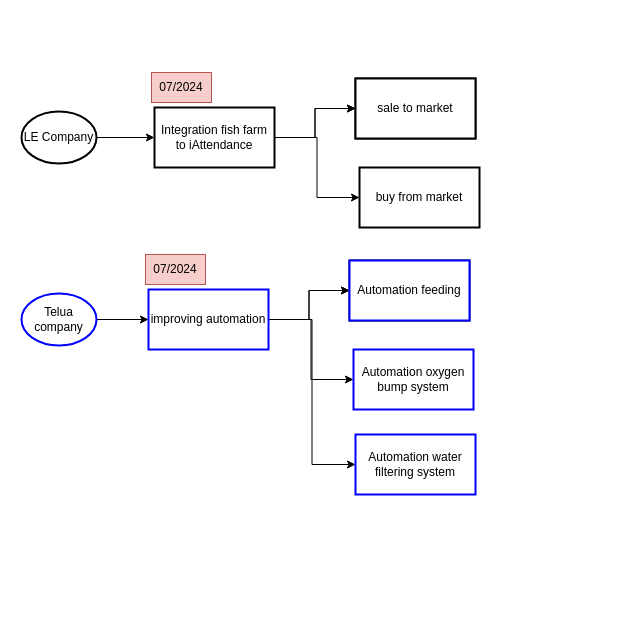
Before: Le_company_plan_2024.drawio in letrthang/design, a draw.io diagram. Source tidied: cells renumbered, new cells numbered last; positions are measured from the earlier drawing's top-left corner, leaving out a move shared by most shapes. Both pictures are drawn from the tidied source at 100%, with x=0, y=0 at pixel (21, 72).
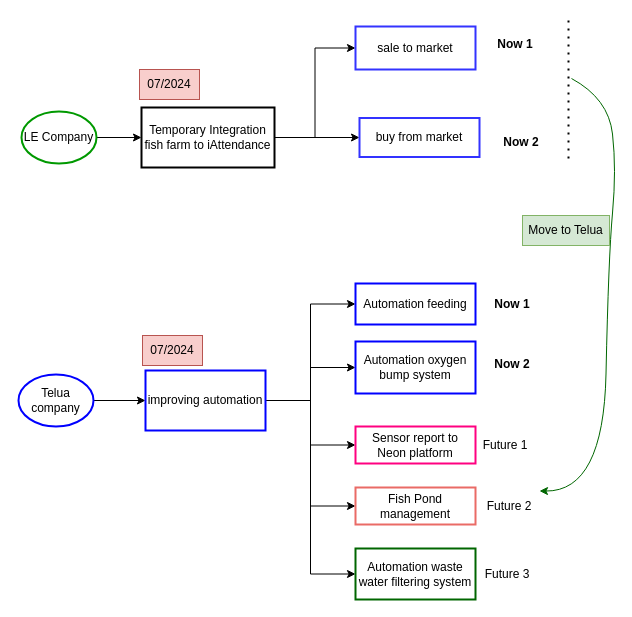
The same page after the edit.

What changed in the source:
```diff
@@
-    <mxCell id="3" value="LE Company" style="strokeWidth=2;html=1;shape=mxgraph.flowchart.start_2;whiteSpace=wrap;" parent="1" vertex="1">
+    <mxCell id="3" value="LE Company" style="strokeWidth=2;html=1;shape=mxgraph.flowchart.start_2;whiteSpace=wrap;strokeColor=#009900;" parent="1" vertex="1">
       <mxGeometry y="39" width="75" height="52" as="geometry" />
     </mxCell>
-    <mxCell id="4" style="edgeStyle=orthogonalEdgeStyle;rounded=0;jettySize=auto;html=1;" parent="1" edge="1" source="7" target="9">
-      <mxGeometry relative="1" as="geometry" />
-    </mxCell>
-    <mxCell id="5" style="edgeStyle=orthogonalEdgeStyle;rounded=0;jettySize=auto;html=1;" parent="1" edge="1" source="7" target="9">
+    <mxCell id="5" style="edgeStyle=orthogonalEdgeStyle;rounded=0;jettySize=auto;html=1;entryX=0;entryY=0.5;entryDx=0;entryDy=0;" parent="1" edge="1" source="7" target="10">
       <mxGeometry relative="1" as="geometry" />
     </mxCell>
@@
-    <mxCell id="7" value="Integration fish farm to iAttendance" style="whiteSpace=wrap;html=1;strokeWidth=2;" parent="1" vertex="1">
-      <mxGeometry x="133" y="35" width="120" height="60" as="geometry" />
+    <mxCell id="7" value="Temporary Integration fish farm to iAttendance" style="whiteSpace=wrap;html=1;strokeWidth=2;" parent="1" vertex="1">
+      <mxGeometry x="120" y="35" width="133" height="60" as="geometry" />
     </mxCell>
     <mxCell id="8" value="07/2024" style="text;strokeColor=#b85450;align=center;fillColor=#f8cecc;html=1;verticalAlign=middle;whiteSpace=wrap;rounded=0;" parent="1" vertex="1">
-      <mxGeometry x="130" width="60" height="30" as="geometry" />
+      <mxGeometry x="118" y="-3" width="60" height="30" as="geometry" />
     </mxCell>
-    <mxCell id="9" style="whiteSpace=wrap;html=1;strokeWidth=2;" parent="1" vertex="1">
-      <mxGeometry x="334" y="6" width="120" height="60" as="geometry" />
-    </mxCell>
-    <mxCell id="10" value="sale to market" style="whiteSpace=wrap;html=1;strokeWidth=2;" parent="1" vertex="1">
-      <mxGeometry x="334" y="6" width="120" height="60" as="geometry" />
+    <mxCell id="10" value="sale to market" style="whiteSpace=wrap;html=1;strokeWidth=2;strokeColor=#3333FF;" parent="1" vertex="1">
+      <mxGeometry x="334" y="-46" width="120" height="43" as="geometry" />
     </mxCell>
-    <mxCell id="11" value="buy from market" style="whiteSpace=wrap;html=1;strokeWidth=2;" parent="1" vertex="1">
-      <mxGeometry x="338" y="95" width="120" height="60" as="geometry" />
+    <mxCell id="11" value="buy from market" style="whiteSpace=wrap;html=1;strokeWidth=2;strokeColor=#3333FF;" parent="1" vertex="1">
+      <mxGeometry x="338" y="45.5" width="120" height="39" as="geometry" />
     </mxCell>
@@
     <mxCell id="13" value="Telua company" style="strokeWidth=2;html=1;shape=mxgraph.flowchart.start_2;whiteSpace=wrap;strokeColor=#0000FF;" parent="1" vertex="1">
-      <mxGeometry y="221" width="75" height="52" as="geometry" />
+      <mxGeometry x="-3" y="302" width="75" height="52" as="geometry" />
     </mxCell>
-    <mxCell id="14" style="edgeStyle=orthogonalEdgeStyle;rounded=0;jettySize=auto;html=1;" parent="1" edge="1" source="18" target="20">
-      <mxGeometry relative="1" as="geometry" />
-    </mxCell>
-    <mxCell id="15" style="edgeStyle=orthogonalEdgeStyle;rounded=0;jettySize=auto;html=1;" parent="1" edge="1" source="18" target="20">
+    <mxCell id="15" style="edgeStyle=orthogonalEdgeStyle;rounded=0;jettySize=auto;html=1;entryX=0;entryY=0.5;entryDx=0;entryDy=0;" parent="1" edge="1" source="18" target="21">
       <mxGeometry relative="1" as="geometry" />
     </mxCell>
@@
+    <mxCell id="24" style="edgeStyle=orthogonalEdgeStyle;rounded=0;jettySize=auto;html=1;entryX=0;entryY=0.5;entryDx=0;entryDy=0;" parent="1" edge="1" source="18" target="27">
+      <mxGeometry relative="1" as="geometry" />
+    </mxCell>
+    <mxCell id="25" style="edgeStyle=orthogonalEdgeStyle;rounded=0;jettySize=auto;html=1;entryX=0;entryY=0.5;entryDx=0;entryDy=0;" parent="1" edge="1" source="18" target="28">
+      <mxGeometry relative="1" as="geometry" />
+    </mxCell>
     <mxCell id="18" value="improving automation" style="whiteSpace=wrap;html=1;strokeWidth=2;strokeColor=#0000FF;" parent="1" vertex="1">
-      <mxGeometry x="127" y="217" width="120" height="60" as="geometry" />
+      <mxGeometry x="124" y="298" width="120" height="60" as="geometry" />
     </mxCell>
     <mxCell id="19" value="07/2024" style="text;strokeColor=#b85450;align=center;fillColor=#f8cecc;html=1;verticalAlign=middle;whiteSpace=wrap;rounded=0;" parent="1" vertex="1">
-      <mxGeometry x="124" y="182" width="60" height="30" as="geometry" />
+      <mxGeometry x="121" y="263" width="60" height="30" as="geometry" />
     </mxCell>
-    <mxCell id="20" style="whiteSpace=wrap;html=1;strokeWidth=2;" parent="1" vertex="1">
-      <mxGeometry x="328" y="188" width="120" height="60" as="geometry" />
-    </mxCell>
     <mxCell id="21" value="Automation feeding" style="whiteSpace=wrap;html=1;strokeWidth=2;strokeColor=#0000FF;" parent="1" vertex="1">
-      <mxGeometry x="328" y="188" width="120" height="60" as="geometry" />
+      <mxGeometry x="334" y="211" width="120" height="41" as="geometry" />
     </mxCell>
     <mxCell id="22" value="Automation oxygen bump system" style="whiteSpace=wrap;html=1;strokeWidth=2;strokeColor=#0000FF;" parent="1" vertex="1">
-      <mxGeometry x="332" y="277" width="120" height="60" as="geometry" />
+      <mxGeometry x="334" y="269" width="120" height="52" as="geometry" />
     </mxCell>
-    <mxCell id="23" value="Automation water filtering system" style="whiteSpace=wrap;html=1;strokeWidth=2;strokeColor=#0000FF;" parent="1" vertex="1">
-      <mxGeometry x="334" y="362" width="120" height="60" as="geometry" />
+    <mxCell id="23" value="Automation waste water filtering system" style="whiteSpace=wrap;html=1;strokeWidth=2;strokeColor=#006600;" parent="1" vertex="1">
+      <mxGeometry x="334" y="476" width="120" height="51" as="geometry" />
     </mxCell>
+    <mxCell id="26" value="Future 3" style="text;html=1;align=center;verticalAlign=middle;whiteSpace=wrap;rounded=0;" parent="1" vertex="1">
+      <mxGeometry x="456" y="486.5" width="60" height="30" as="geometry" />
+    </mxCell>
+    <mxCell id="27" value="Sensor report to Neon platform" style="whiteSpace=wrap;html=1;strokeWidth=2;strokeColor=#FF0080;" parent="1" vertex="1">
+      <mxGeometry x="334" y="354" width="120" height="37" as="geometry" />
+    </mxCell>
+    <mxCell id="28" value="Fish Pond management" style="whiteSpace=wrap;html=1;strokeWidth=2;strokeColor=#EA6B66;" parent="1" vertex="1">
+      <mxGeometry x="334" y="415" width="120" height="37" as="geometry" />
+    </mxCell>
+    <mxCell id="29" value="Future 2" style="text;html=1;align=center;verticalAlign=middle;whiteSpace=wrap;rounded=0;" parent="1" vertex="1">
+      <mxGeometry x="458" y="418.5" width="60" height="30" as="geometry" />
+    </mxCell>
+    <mxCell id="30" value="Future 1" style="text;html=1;align=center;verticalAlign=middle;whiteSpace=wrap;rounded=0;" parent="1" vertex="1">
+      <mxGeometry x="454" y="357.5" width="60" height="30" as="geometry" />
+    </mxCell>
+    <mxCell id="31" value="Now 1" style="text;html=1;align=center;verticalAlign=middle;whiteSpace=wrap;rounded=0;fontStyle=1;" parent="1" vertex="1">
+      <mxGeometry x="464" y="-43" width="60" height="30" as="geometry" />
+    </mxCell>
+    <mxCell id="32" value="Now 2" style="text;html=1;align=center;verticalAlign=middle;whiteSpace=wrap;rounded=0;fontStyle=1;" parent="1" vertex="1">
+      <mxGeometry x="470" y="54.5" width="60" height="30" as="geometry" />
+    </mxCell>
+    <mxCell id="33" value="Now 1" style="text;html=1;align=center;verticalAlign=middle;whiteSpace=wrap;rounded=0;fontStyle=1;" parent="1" vertex="1">
+      <mxGeometry x="461" y="216.5" width="60" height="30" as="geometry" />
+    </mxCell>
+    <mxCell id="34" value="Now 2" style="text;html=1;align=center;verticalAlign=middle;whiteSpace=wrap;rounded=0;fontStyle=1;" parent="1" vertex="1">
+      <mxGeometry x="461" y="277" width="60" height="30" as="geometry" />
+    </mxCell>
+    <mxCell id="35" style="endArrow=none;dashed=1;html=1;dashPattern=1 3;strokeWidth=2;rounded=0;" parent="1" edge="1">
+      <mxGeometry relative="1" as="geometry">
+        <mxPoint x="547" y="86" as="sourcePoint" />
+        <mxPoint x="547" y="-54" as="targetPoint" />
+      </mxGeometry>
+    </mxCell>
+    <mxCell id="36" style="curved=1;endArrow=classic;html=1;rounded=0;entryX=1;entryY=0;entryDx=0;entryDy=0;strokeColor=#006600;" parent="1" edge="1" target="29">
+      <mxGeometry relative="1" as="geometry">
+        <mxPoint x="550" y="6" as="sourcePoint" />
+        <Array as="points">
+          <mxPoint x="587" y="26" />
+          <mxPoint x="595" y="97" />
+          <mxPoint x="587" y="184" />
+          <mxPoint x="582" y="419" />
+        </Array>
+      </mxGeometry>
+    </mxCell>
+    <mxCell id="37" value="Move to Telua" style="text;html=1;align=center;verticalAlign=middle;whiteSpace=wrap;rounded=0;fillColor=#d5e8d4;strokeColor=#82b366;" parent="1" vertex="1">
+      <mxGeometry x="501" y="143" width="87" height="30" as="geometry" />
+    </mxCell>
```
